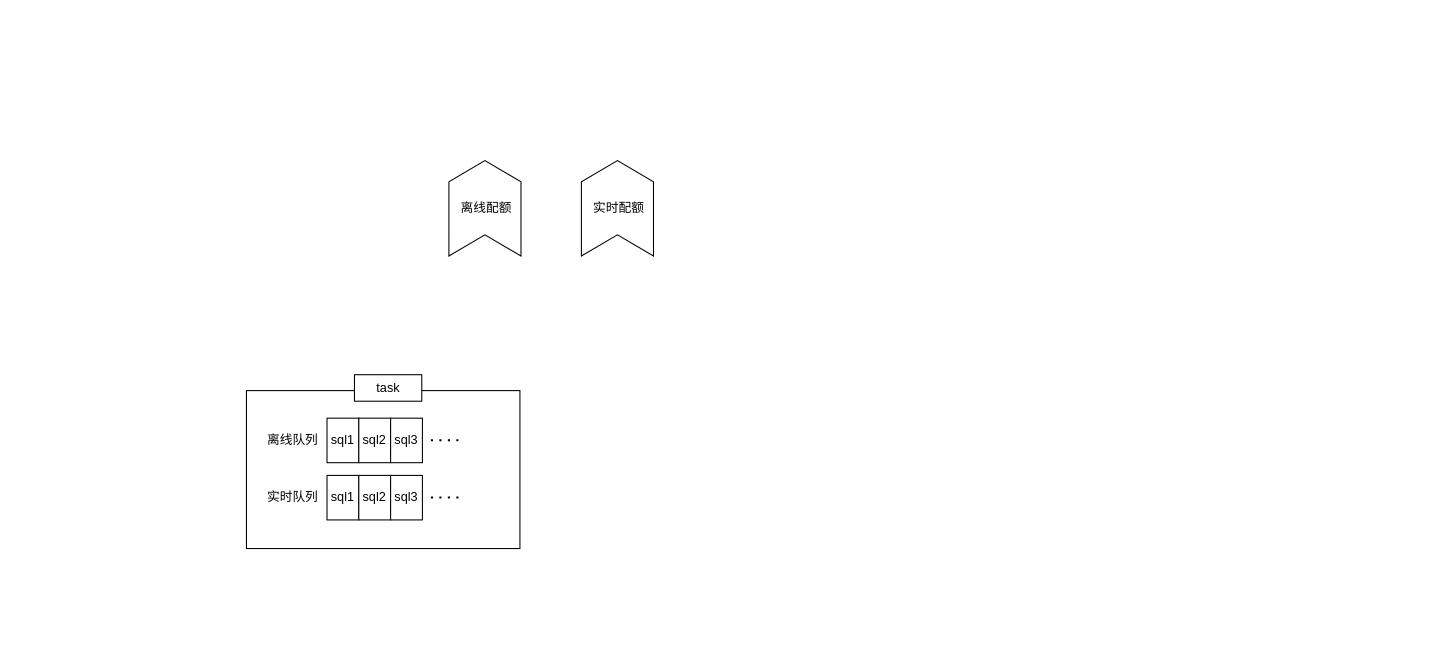
Before: ch manager.drawio in AngLI1992/draw.io, a draw.io diagram. Source tidied: cells renumbered, new cells numbered last; positions are measured from the earlier drawing's top-left corner, leaving out a move shared by most shapes. Both pictures are drawn from the tidied source at 106%, with x=0, y=0 at pixel (246, 172).
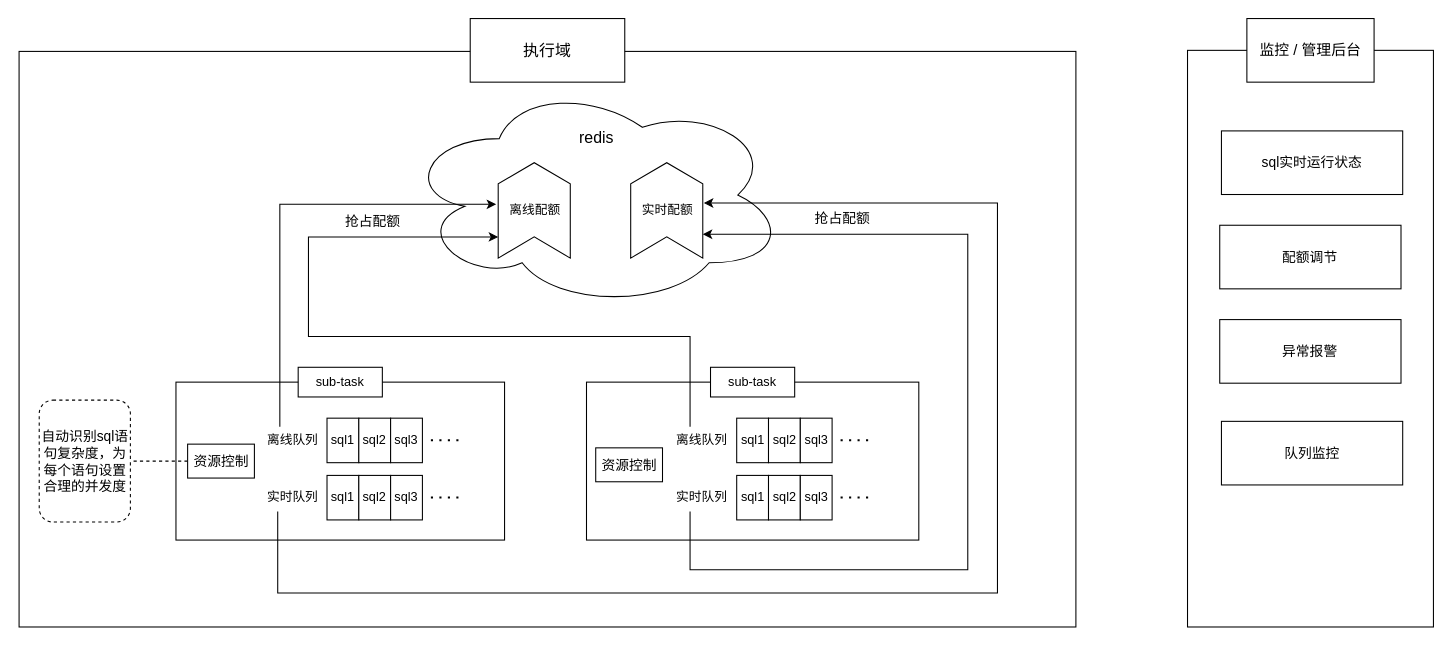
The same diagram, later.

The change refers to these unchanged cells:
```xml
<mxCell id="9" value="离线队列&amp;nbsp;" style="text;html=1;align=center;verticalAlign=middle;points=[];strokeColor=none;fillColor=none;" parent="1" vertex="1">
  <mxGeometry x="10" y="240" width="69" height="26" as="geometry" />
</mxCell>
<mxCell id="14" value="实时队列&amp;nbsp;" style="text;html=1;align=center;verticalAlign=middle;points=[];strokeColor=none;fillColor=none;" parent="1" vertex="1">
  <mxGeometry x="10" y="294" width="69" height="26" as="geometry" />
</mxCell>
```

The edit, as a diff of the source:
```diff
@@
+    <mxCell id="18" style="rounded=0;whiteSpace=wrap;html=1;fontSize=13;" parent="1" vertex="1">
+      <mxGeometry x="-214.5" y="-114" width="997" height="543" as="geometry" />
+    </mxCell>
+    <mxCell id="19" style="ellipse;shape=cloud;whiteSpace=wrap;html=1;" parent="1" vertex="1">
+      <mxGeometry x="148.5" y="-85" width="360" height="213" as="geometry" />
+    </mxCell>
     <mxCell id="2" style="rounded=0;whiteSpace=wrap;html=1;" parent="1" vertex="1">
-      <mxGeometry y="206" width="258" height="149" as="geometry" />
+      <mxGeometry x="-66.5" y="198" width="310" height="149" as="geometry" />
     </mxCell>
-    <mxCell id="3" value="task" style="rounded=0;whiteSpace=wrap;html=1;" parent="1" vertex="1">
-      <mxGeometry x="101.9" y="191" width="63.5" height="25" as="geometry" />
+    <mxCell id="3" value="sub-task" style="rounded=0;whiteSpace=wrap;html=1;" parent="1" vertex="1">
+      <mxGeometry x="48.8" y="184" width="79.4" height="28" as="geometry" />
     </mxCell>
@@
     <mxCell id="8" style="shape=step;perimeter=stepPerimeter;whiteSpace=wrap;html=1;fixedSize=1;rotation=-90;" parent="1" vertex="1">
-      <mxGeometry x="180" width="90" height="68" as="geometry" />
+      <mxGeometry x="226.5" y="2" width="90" height="68" as="geometry" />
     </mxCell>
+    <mxCell id="20" style="edgeStyle=orthogonalEdgeStyle;rounded=0;jettySize=auto;html=1;entryX=0.564;entryY=-0.028;entryDx=0;entryDy=0;entryPerimeter=0;fontSize=15;" parent="1" edge="1" source="9" target="8">
+      <mxGeometry relative="1" as="geometry">
+        <Array as="points">
+          <mxPoint x="31.5" y="31" />
+          <mxPoint x="235.5" y="31" />
+        </Array>
+      </mxGeometry>
+    </mxCell>
@@
+    <mxCell id="21" style="edgeStyle=orthogonalEdgeStyle;rounded=0;jettySize=auto;html=1;fontSize=15;" parent="1" edge="1" source="14">
+      <mxGeometry relative="1" as="geometry">
+        <mxPoint x="431.5" y="29" as="targetPoint" />
+        <Array as="points">
+          <mxPoint x="29.5" y="397" />
+          <mxPoint x="708.5" y="397" />
+          <mxPoint x="708.5" y="29" />
+        </Array>
+      </mxGeometry>
+    </mxCell>
@@
     <mxCell id="15" value="离线配额" style="text;html=1;align=center;verticalAlign=middle;strokeColor=none;fillColor=none;" parent="1" vertex="1">
-      <mxGeometry x="192.5" y="21" width="66" height="26" as="geometry" />
+      <mxGeometry x="239" y="23" width="66" height="26" as="geometry" />
     </mxCell>
     <mxCell id="16" style="shape=step;perimeter=stepPerimeter;whiteSpace=wrap;html=1;fixedSize=1;rotation=-90;" parent="1" vertex="1">
-      <mxGeometry x="305" width="90" height="68" as="geometry" />
+      <mxGeometry x="351.5" y="2" width="90" height="68" as="geometry" />
     </mxCell>
     <mxCell id="17" value="实时配额" style="text;html=1;align=center;verticalAlign=middle;strokeColor=none;fillColor=none;" parent="1" vertex="1">
-      <mxGeometry x="317.5" y="21" width="66" height="26" as="geometry" />
+      <mxGeometry x="364" y="23" width="66" height="26" as="geometry" />
     </mxCell>
+    <mxCell id="22" value="redis" style="text;html=1;align=center;verticalAlign=middle;strokeColor=none;fillColor=none;fontSize=15;" parent="1" vertex="1">
+      <mxGeometry x="304.5" y="-48" width="51" height="30" as="geometry" />
+    </mxCell>
+    <mxCell id="23" style="rounded=0;whiteSpace=wrap;html=1;" parent="1" vertex="1">
+      <mxGeometry x="320.8" y="198" width="313.5" height="149" as="geometry" />
+    </mxCell>
+    <mxCell id="24" value="sub-task" style="rounded=0;whiteSpace=wrap;html=1;" parent="1" vertex="1">
+      <mxGeometry x="437.8" y="184" width="79.4" height="28" as="geometry" />
+    </mxCell>
+    <mxCell id="25" value="sql1" style="rounded=0;whiteSpace=wrap;html=1;" parent="1" vertex="1">
+      <mxGeometry x="462.5" y="232" width="30" height="42" as="geometry" />
+    </mxCell>
+    <mxCell id="26" value="sql2" style="rounded=0;whiteSpace=wrap;html=1;" parent="1" vertex="1">
+      <mxGeometry x="492.5" y="232" width="30" height="42" as="geometry" />
+    </mxCell>
+    <mxCell id="27" value="sql3" style="rounded=0;whiteSpace=wrap;html=1;" parent="1" vertex="1">
+      <mxGeometry x="522.5" y="232" width="30" height="42" as="geometry" />
+    </mxCell>
+    <mxCell id="28" style="endArrow=none;dashed=1;html=1;dashPattern=1 3;strokeWidth=2;rounded=0;" parent="1" edge="1">
+      <mxGeometry relative="1" as="geometry">
+        <mxPoint x="560.5" y="252.8" as="sourcePoint" />
+        <mxPoint x="588.5" y="252.8" as="targetPoint" />
+      </mxGeometry>
+    </mxCell>
+    <mxCell id="29" style="edgeStyle=orthogonalEdgeStyle;rounded=0;jettySize=auto;html=1;fontSize=15;" parent="1" edge="1" source="30">
+      <mxGeometry relative="1" as="geometry">
+        <mxPoint x="237.5" y="61" as="targetPoint" />
+        <Array as="points">
+          <mxPoint x="418.5" y="155" />
+          <mxPoint x="58.5" y="155" />
+          <mxPoint x="58.5" y="61" />
+        </Array>
+      </mxGeometry>
+    </mxCell>
+    <mxCell id="30" value="离线队列&amp;nbsp;" style="text;html=1;align=center;verticalAlign=middle;points=[];strokeColor=none;fillColor=none;" parent="1" vertex="1">
+      <mxGeometry x="396.5" y="240" width="69" height="26" as="geometry" />
+    </mxCell>
+    <mxCell id="31" value="sql1" style="rounded=0;whiteSpace=wrap;html=1;" parent="1" vertex="1">
+      <mxGeometry x="462.5" y="286" width="30" height="42" as="geometry" />
+    </mxCell>
+    <mxCell id="32" value="sql2" style="rounded=0;whiteSpace=wrap;html=1;" parent="1" vertex="1">
+      <mxGeometry x="492.5" y="286" width="30" height="42" as="geometry" />
+    </mxCell>
+    <mxCell id="33" value="sql3" style="rounded=0;whiteSpace=wrap;html=1;" parent="1" vertex="1">
+      <mxGeometry x="522.5" y="286" width="30" height="42" as="geometry" />
+    </mxCell>
+    <mxCell id="34" style="endArrow=none;dashed=1;html=1;dashPattern=1 3;strokeWidth=2;rounded=0;" parent="1" edge="1">
+      <mxGeometry relative="1" as="geometry">
+        <mxPoint x="560.5" y="306.8" as="sourcePoint" />
+        <mxPoint x="588.5" y="306.8" as="targetPoint" />
+      </mxGeometry>
+    </mxCell>
+    <mxCell id="35" style="edgeStyle=orthogonalEdgeStyle;rounded=0;jettySize=auto;html=1;entryX=0.25;entryY=1;entryDx=0;entryDy=0;fontSize=15;" parent="1" edge="1" source="36" target="16">
+      <mxGeometry relative="1" as="geometry">
+        <Array as="points">
+          <mxPoint x="418.5" y="375" />
+          <mxPoint x="680.5" y="375" />
+          <mxPoint x="680.5" y="59" />
+        </Array>
+      </mxGeometry>
+    </mxCell>
+    <mxCell id="36" value="实时队列&amp;nbsp;" style="text;html=1;align=center;verticalAlign=middle;points=[];strokeColor=none;fillColor=none;" parent="1" vertex="1">
+      <mxGeometry x="396.5" y="294" width="69" height="26" as="geometry" />
+    </mxCell>
+    <mxCell id="37" value="抢占配额" style="text;html=1;align=center;verticalAlign=middle;strokeColor=none;fillColor=none;fontSize=13;" parent="1" vertex="1">
+      <mxGeometry x="83.5" y="32" width="70" height="28" as="geometry" />
+    </mxCell>
+    <mxCell id="38" value="抢占配额" style="text;html=1;align=center;verticalAlign=middle;strokeColor=none;fillColor=none;fontSize=13;" parent="1" vertex="1">
+      <mxGeometry x="526.5" y="29" width="70" height="28" as="geometry" />
+    </mxCell>
+    <mxCell id="39" value="资源控制" style="rounded=0;whiteSpace=wrap;html=1;fontSize=13;" parent="1" vertex="1">
+      <mxGeometry x="329.5" y="260" width="63" height="32" as="geometry" />
+    </mxCell>
+    <mxCell id="40" style="edgeStyle=orthogonalEdgeStyle;rounded=0;jettySize=auto;html=1;exitX=0;exitY=0.5;exitDx=0;exitDy=0;fontSize=13;dashed=1;entryX=1;entryY=0.5;entryDx=0;entryDy=0;endArrow=none;endFill=0;" parent="1" edge="1" source="41" target="43">
+      <mxGeometry relative="1" as="geometry" />
+    </mxCell>
+    <mxCell id="41" value="资源控制" style="rounded=0;whiteSpace=wrap;html=1;fontSize=13;" parent="1" vertex="1">
+      <mxGeometry x="-55.5" y="256.5" width="63" height="32" as="geometry" />
+    </mxCell>
+    <mxCell id="42" style="edgeStyle=orthogonalEdgeStyle;rounded=0;orthogonalLoop=1;jettySize=auto;html=1;exitX=0.5;exitY=1;exitDx=0;exitDy=0;fontSize=13;" parent="1" edge="1" source="41" target="41">
+      <mxGeometry relative="1" as="geometry" />
+    </mxCell>
+    <mxCell id="43" value="自动识别sql语句复杂度，为每个语句设置合理的并发度" style="rounded=1;whiteSpace=wrap;html=1;fontSize=13;dashed=1;" parent="1" vertex="1">
+      <mxGeometry x="-195.5" y="215" width="86" height="115" as="geometry" />
+    </mxCell>
+    <mxCell id="44" style="rounded=0;whiteSpace=wrap;html=1;fontSize=13;" parent="1" vertex="1">
+      <mxGeometry x="887.8" y="-115" width="232" height="544" as="geometry" />
+    </mxCell>
+    <mxCell id="45" value="监控 / 管理后台" style="rounded=0;whiteSpace=wrap;html=1;fontSize=14;" parent="1" vertex="1">
+      <mxGeometry x="943.8" y="-145" width="120" height="60" as="geometry" />
+    </mxCell>
+    <mxCell id="46" value="sql实时运行状态" style="rounded=0;whiteSpace=wrap;html=1;fontSize=13;" parent="1" vertex="1">
+      <mxGeometry x="919.8" y="-39" width="171" height="60" as="geometry" />
+    </mxCell>
+    <mxCell id="47" value="配额调节" style="rounded=0;whiteSpace=wrap;html=1;fontSize=13;" parent="1" vertex="1">
+      <mxGeometry x="918.2" y="50" width="171" height="60" as="geometry" />
+    </mxCell>
+    <mxCell id="48" value="异常报警" style="rounded=0;whiteSpace=wrap;html=1;fontSize=13;" parent="1" vertex="1">
+      <mxGeometry x="918.2" y="139" width="171" height="60" as="geometry" />
+    </mxCell>
+    <mxCell id="49" value="队列监控" style="rounded=0;whiteSpace=wrap;html=1;fontSize=13;" parent="1" vertex="1">
+      <mxGeometry x="919.8" y="235" width="171" height="60" as="geometry" />
+    </mxCell>
+    <mxCell id="50" value="&lt;font style=&quot;font-size: 15px;&quot;&gt;执行域&lt;/font&gt;" style="rounded=0;whiteSpace=wrap;html=1;fontSize=13;" parent="1" vertex="1">
+      <mxGeometry x="211.1" y="-145" width="145.8" height="60" as="geometry" />
+    </mxCell>
```
